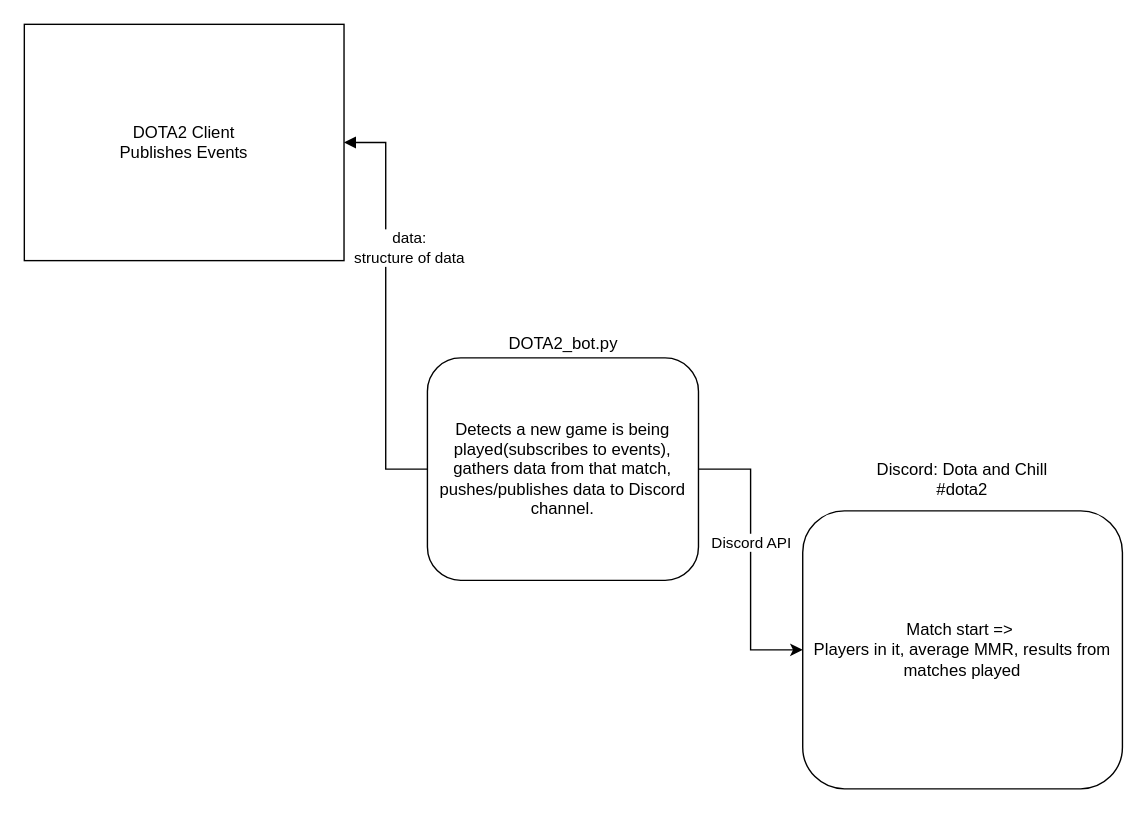
This is DOTA2 Bot.drawio from Weltmacht/dota2-bot, a draw.io file, before an edit. Source tidied: cells renumbered, new cells numbered last; positions are measured from the earlier drawing's top-left corner, leaving out a move shared by most shapes. Both pictures are drawn from the tidied source at 139%, with x=0, y=0 at pixel (24, 24).
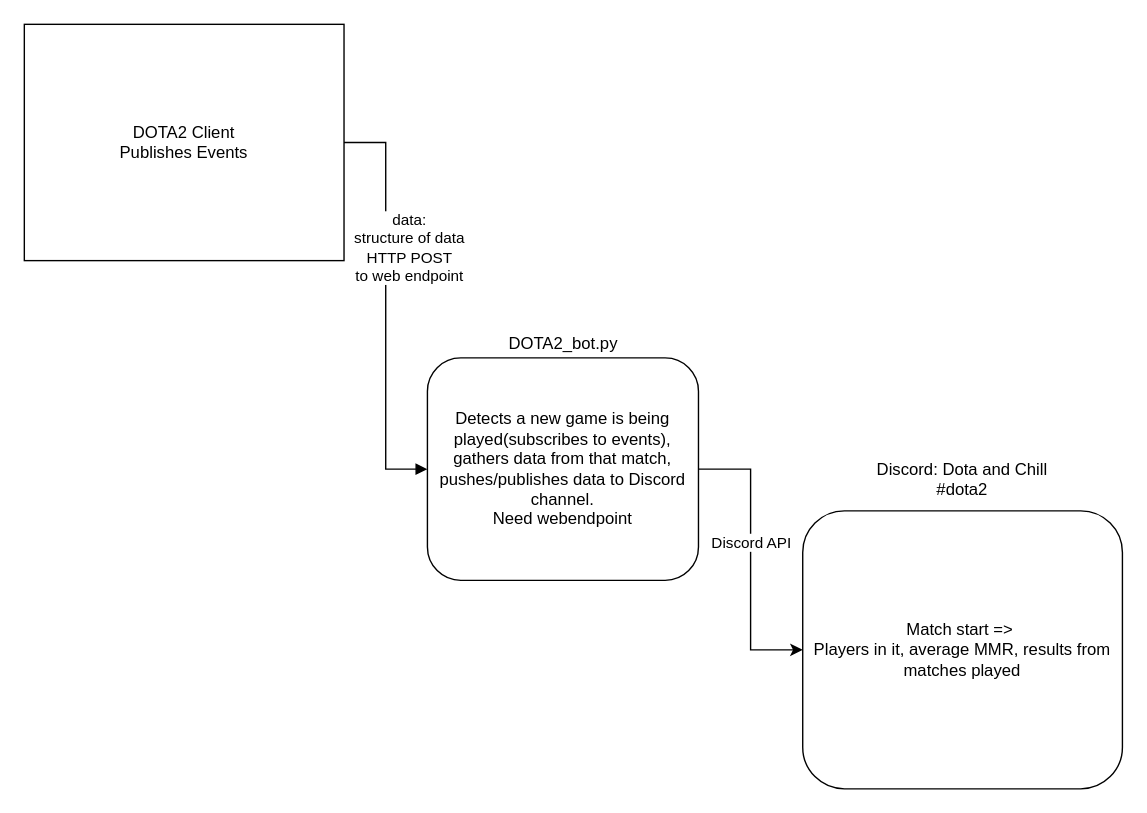
After the change.

The edit, as a diff of the source:
```diff
@@
 <mxGraphModel>
   <root>
     <mxCell id="0" />
     <mxCell id="1" parent="0" />
     <mxCell id="2" value="Match start =&amp;gt;&amp;nbsp;&lt;div&gt;Players in it, average MMR, results from matches played&lt;/div&gt;" style="rounded=1;whiteSpace=wrap;html=1;" parent="1" vertex="1">
       <mxGeometry x="560" y="350" width="230" height="200" as="geometry" />
     </mxCell>
     <mxCell id="3" value="Discord: Dota and Chill&lt;div&gt;#dota2&lt;br&gt;&lt;div&gt;&lt;br&gt;&lt;/div&gt;&lt;/div&gt;" style="text;html=1;whiteSpace=wrap;strokeColor=none;fillColor=none;align=center;verticalAlign=middle;rounded=0;" parent="1" vertex="1">
       <mxGeometry x="610" y="320" width="130" height="30" as="geometry" />
     </mxCell>
     <mxCell id="4" style="edgeStyle=orthogonalEdgeStyle;rounded=0;jettySize=auto;html=1;" parent="1" edge="1" source="10" target="2">
       <mxGeometry relative="1" as="geometry" />
     </mxCell>
     <mxCell id="5" value="Discord API" style="edgeLabel;html=1;align=center;verticalAlign=middle;" parent="4" vertex="1">
       <mxGeometry x="-0.12" relative="1" as="geometry" />
     </mxCell>
-    <mxCell id="6" style="edgeStyle=orthogonalEdgeStyle;rounded=0;jettySize=auto;html=1;entryX=0;entryY=0.5;entryDx=0;entryDy=0;startArrow=block;startFill=1;endArrow=none;endFill=0;" parent="1" edge="1" source="8" target="10">
+    <mxCell id="6" style="edgeStyle=orthogonalEdgeStyle;rounded=0;jettySize=auto;html=1;entryX=0;entryY=0.5;entryDx=0;entryDy=0;startArrow=none;startFill=0;endArrow=block;endFill=1;" parent="1" edge="1" source="8" target="10">
       <mxGeometry relative="1" as="geometry" />
     </mxCell>
-    <mxCell id="7" value="data:&lt;div&gt;structure of data&lt;/div&gt;" style="edgeLabel;html=1;align=center;verticalAlign=middle;" parent="6" vertex="1">
+    <mxCell id="7" value="data:&lt;div&gt;structure of data&lt;/div&gt;&lt;div&gt;HTTP POST&lt;/div&gt;&lt;div&gt;to web endpoint&lt;/div&gt;" style="edgeLabel;html=1;align=center;verticalAlign=middle;" parent="6" vertex="1">
       <mxGeometry x="-0.29" y="1" relative="1" as="geometry">
         <mxPoint x="15" as="offset" />
       </mxGeometry>
     </mxCell>
     <mxCell id="8" value="DOTA2 Client&lt;div&gt;Publishes Events&lt;/div&gt;" style="rounded=0;whiteSpace=wrap;html=1;" parent="1" vertex="1">
       <mxGeometry width="230" height="170" as="geometry" />
     </mxCell>
     <mxCell id="9" style="group;" parent="1" vertex="1">
       <mxGeometry x="290" y="210" width="195" height="190" as="geometry" />
     </mxCell>
-    <mxCell id="10" value="Detects a new game is being played(subscribes to events), gathers data from that match, pushes/publishes data to Discord channel." style="rounded=1;whiteSpace=wrap;html=1;" parent="9" vertex="1">
+    <mxCell id="10" value="Detects a new game is being played(subscribes to events), gathers data from that match, pushes/publishes data to Discord channel.&lt;div&gt;Need webendpoint&lt;/div&gt;" style="rounded=1;whiteSpace=wrap;html=1;" parent="9" vertex="1">
       <mxGeometry y="30" width="195" height="160" as="geometry" />
     </mxCell>
     <mxCell id="11" value="DOTA2_bot.py" style="text;html=1;whiteSpace=wrap;strokeColor=none;fillColor=none;align=center;verticalAlign=middle;rounded=0;" parent="9" vertex="1">
       <mxGeometry x="27.5" width="140" height="40" as="geometry" />
     </mxCell>
   </root>
 </mxGraphModel>
```
